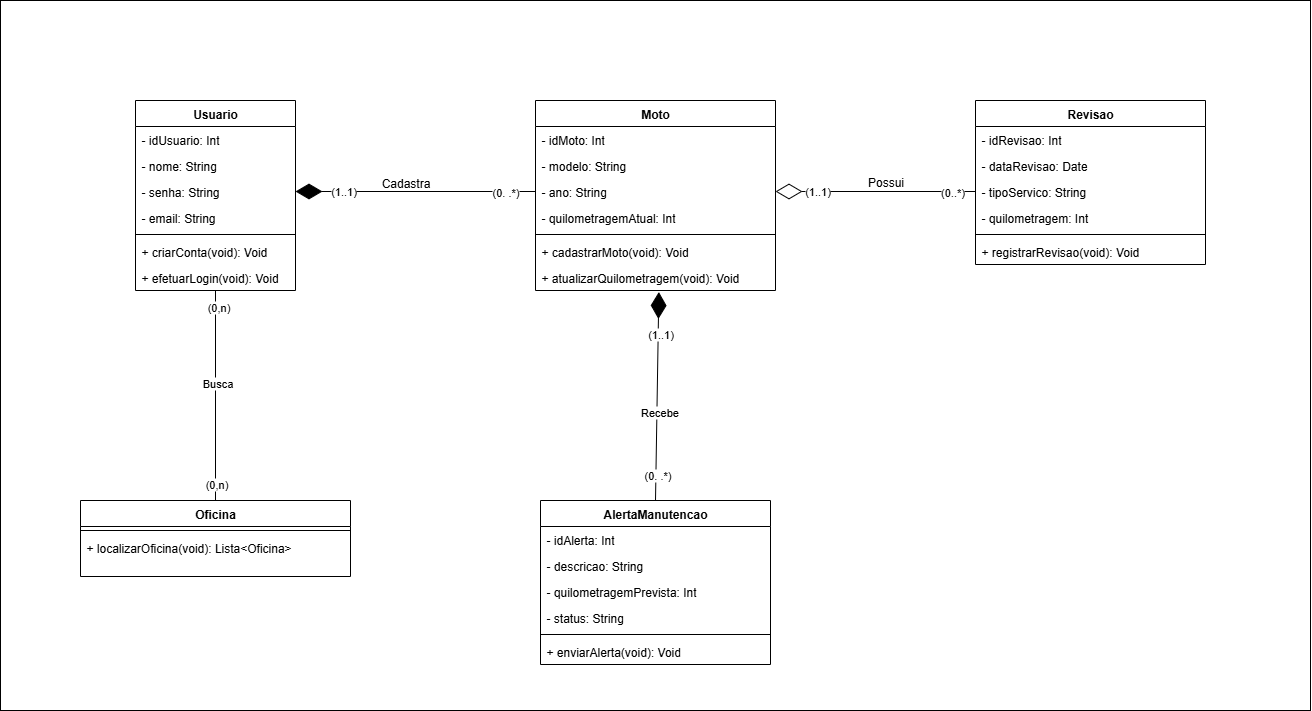
This is imagens/classe.png from helo-xssw/RevisaAi, a draw.io export, as it was before one commit. Source tidied: cells renumbered, new cells last; positions are measured from the earlier drawing's top-left corner, leaving out a move shared by most shapes. Its diagram source:
```xml
<mxGraphModel>
  <root>
    <mxCell id="0" />
    <mxCell id="1" parent="0" />
    <mxCell id="2" style="edgeStyle=orthogonalEdgeStyle;rounded=0;jettySize=auto;html=1;entryX=0.5;entryY=0;entryDx=0;entryDy=0;endArrow=none;endFill=0;" parent="1" edge="1" source="6" target="36">
      <mxGeometry relative="1" as="geometry" />
    </mxCell>
    <mxCell id="3" value="(0,n)" style="edgeLabel;html=1;align=center;verticalAlign=middle;" parent="2" vertex="1">
      <mxGeometry x="-0.85" y="2" relative="1" as="geometry" />
    </mxCell>
    <mxCell id="4" value="(0,n)" style="edgeLabel;html=1;align=center;verticalAlign=middle;" parent="2" vertex="1">
      <mxGeometry x="0.84" relative="1" as="geometry" />
    </mxCell>
    <mxCell id="5" value="Busca" style="edgeLabel;html=1;align=center;verticalAlign=middle;" parent="2" vertex="1">
      <mxGeometry x="-0.11" y="1" relative="1" as="geometry">
        <mxPoint y="-1" as="offset" />
      </mxGeometry>
    </mxCell>
    <mxCell id="6" value="Usuario" style="swimlane;fontStyle=1;align=center;verticalAlign=top;horizontal=1;startSize=26;whiteSpace=wrap;html=1;" parent="1" vertex="1">
      <mxGeometry x="135" y="100" width="160" height="190" as="geometry" />
    </mxCell>
    <mxCell id="7" value="- idUsuario: Int" style="text;strokeColor=none;fillColor=none;align=left;verticalAlign=top;spacingLeft=4;spacingRight=4;overflow=hidden;whiteSpace=wrap;html=1;" parent="6" vertex="1">
      <mxGeometry y="26" width="160" height="26" as="geometry" />
    </mxCell>
    <mxCell id="8" value="- nome: String" style="text;strokeColor=none;fillColor=none;align=left;verticalAlign=top;spacingLeft=4;spacingRight=4;overflow=hidden;whiteSpace=wrap;html=1;" parent="6" vertex="1">
      <mxGeometry y="52" width="160" height="26" as="geometry" />
    </mxCell>
    <mxCell id="9" value="- senha: String" style="text;strokeColor=none;fillColor=none;align=left;verticalAlign=top;spacingLeft=4;spacingRight=4;overflow=hidden;points=[[0,0.5],[1,0.5]];portConstraint=eastwest;whiteSpace=wrap;html=1;" parent="6" vertex="1">
      <mxGeometry y="78" width="160" height="26" as="geometry" />
    </mxCell>
    <mxCell id="10" value="- email: String&lt;div&gt;&lt;br&gt;&lt;/div&gt;" style="text;strokeColor=none;fillColor=none;align=left;verticalAlign=top;spacingLeft=4;spacingRight=4;overflow=hidden;whiteSpace=wrap;html=1;" parent="6" vertex="1">
      <mxGeometry y="104" width="160" height="26" as="geometry" />
    </mxCell>
    <mxCell id="11" style="line;strokeWidth=1;fillColor=none;align=left;verticalAlign=middle;spacingTop=-1;spacingLeft=3;spacingRight=3;labelPosition=right;strokeColor=inherit;" parent="6" vertex="1">
      <mxGeometry y="130" width="160" height="8" as="geometry" />
    </mxCell>
    <mxCell id="12" value="+ criarConta(void): Void" style="text;strokeColor=none;fillColor=none;align=left;verticalAlign=top;spacingLeft=4;spacingRight=4;overflow=hidden;whiteSpace=wrap;html=1;" parent="6" vertex="1">
      <mxGeometry y="138" width="160" height="26" as="geometry" />
    </mxCell>
    <mxCell id="13" value="+ efetuarLogin(void): Void" style="text;strokeColor=none;fillColor=none;align=left;verticalAlign=top;spacingLeft=4;spacingRight=4;overflow=hidden;whiteSpace=wrap;html=1;" parent="6" vertex="1">
      <mxGeometry y="164" width="160" height="26" as="geometry" />
    </mxCell>
    <mxCell id="14" value="Moto" style="swimlane;fontStyle=1;align=center;verticalAlign=top;horizontal=1;startSize=26;whiteSpace=wrap;html=1;" parent="1" vertex="1">
      <mxGeometry x="535" y="100" width="240" height="190" as="geometry" />
    </mxCell>
    <mxCell id="15" value="- idMoto: Int" style="text;strokeColor=none;fillColor=none;align=left;verticalAlign=top;spacingLeft=4;spacingRight=4;overflow=hidden;whiteSpace=wrap;html=1;" parent="14" vertex="1">
      <mxGeometry y="26" width="240" height="26" as="geometry" />
    </mxCell>
    <mxCell id="16" value="- modelo: String" style="text;strokeColor=none;fillColor=none;align=left;verticalAlign=top;spacingLeft=4;spacingRight=4;overflow=hidden;whiteSpace=wrap;html=1;" parent="14" vertex="1">
      <mxGeometry y="52" width="240" height="26" as="geometry" />
    </mxCell>
    <mxCell id="17" value="- ano: String" style="text;strokeColor=none;fillColor=none;align=left;verticalAlign=top;spacingLeft=4;spacingRight=4;overflow=hidden;points=[[0,0.5],[1,0.5]];portConstraint=eastwest;whiteSpace=wrap;html=1;" parent="14" vertex="1">
      <mxGeometry y="78" width="240" height="26" as="geometry" />
    </mxCell>
    <mxCell id="18" value="- quilometragemAtual: Int" style="text;strokeColor=none;fillColor=none;align=left;verticalAlign=top;spacingLeft=4;spacingRight=4;overflow=hidden;whiteSpace=wrap;html=1;" parent="14" vertex="1">
      <mxGeometry y="104" width="240" height="26" as="geometry" />
    </mxCell>
    <mxCell id="19" style="line;strokeWidth=1;fillColor=none;align=left;verticalAlign=middle;spacingTop=-1;spacingLeft=3;spacingRight=3;labelPosition=right;strokeColor=inherit;" parent="14" vertex="1">
      <mxGeometry y="130" width="240" height="8" as="geometry" />
    </mxCell>
    <mxCell id="20" value="+ cadastrarMoto(void): Void" style="text;strokeColor=none;fillColor=none;align=left;verticalAlign=top;spacingLeft=4;spacingRight=4;overflow=hidden;whiteSpace=wrap;html=1;" parent="14" vertex="1">
      <mxGeometry y="138" width="240" height="26" as="geometry" />
    </mxCell>
    <mxCell id="21" value="+ atualizarQuilometragem(void): Void" style="text;strokeColor=none;fillColor=none;align=left;verticalAlign=top;spacingLeft=4;spacingRight=4;overflow=hidden;points=[[0,0.5],[1,0.5]];portConstraint=eastwest;whiteSpace=wrap;html=1;" parent="14" vertex="1">
      <mxGeometry y="164" width="240" height="26" as="geometry" />
    </mxCell>
    <mxCell id="22" value="Revisao" style="swimlane;fontStyle=1;align=center;verticalAlign=top;horizontal=1;startSize=26;whiteSpace=wrap;html=1;" parent="1" vertex="1">
      <mxGeometry x="975" y="100" width="230" height="164" as="geometry" />
    </mxCell>
    <mxCell id="23" value="- idRevisao: Int" style="text;strokeColor=none;fillColor=none;align=left;verticalAlign=top;spacingLeft=4;spacingRight=4;overflow=hidden;whiteSpace=wrap;html=1;" parent="22" vertex="1">
      <mxGeometry y="26" width="230" height="26" as="geometry" />
    </mxCell>
    <mxCell id="24" value="- dataRevisao: Date" style="text;strokeColor=none;fillColor=none;align=left;verticalAlign=top;spacingLeft=4;spacingRight=4;overflow=hidden;whiteSpace=wrap;html=1;" parent="22" vertex="1">
      <mxGeometry y="52" width="230" height="26" as="geometry" />
    </mxCell>
    <mxCell id="25" value="- tipoServico: String" style="text;strokeColor=none;fillColor=none;align=left;verticalAlign=top;spacingLeft=4;spacingRight=4;overflow=hidden;points=[[0,0.5],[1,0.5]];portConstraint=eastwest;whiteSpace=wrap;html=1;" parent="22" vertex="1">
      <mxGeometry y="78" width="230" height="26" as="geometry" />
    </mxCell>
    <mxCell id="26" value="- quilometragem&lt;span style=&quot;background-color: transparent; color: light-dark(rgb(0, 0, 0), rgb(255, 255, 255));&quot;&gt;: Int&lt;/span&gt;" style="text;strokeColor=none;fillColor=none;align=left;verticalAlign=top;spacingLeft=4;spacingRight=4;overflow=hidden;whiteSpace=wrap;html=1;" parent="22" vertex="1">
      <mxGeometry y="104" width="230" height="26" as="geometry" />
    </mxCell>
    <mxCell id="27" style="line;strokeWidth=1;fillColor=none;align=left;verticalAlign=middle;spacingTop=-1;spacingLeft=3;spacingRight=3;labelPosition=right;strokeColor=inherit;" parent="22" vertex="1">
      <mxGeometry y="130" width="230" height="8" as="geometry" />
    </mxCell>
    <mxCell id="28" value="+ registrarRevisao(void): Void" style="text;strokeColor=none;fillColor=none;align=left;verticalAlign=top;spacingLeft=4;spacingRight=4;overflow=hidden;whiteSpace=wrap;html=1;" parent="22" vertex="1">
      <mxGeometry y="138" width="230" height="26" as="geometry" />
    </mxCell>
    <mxCell id="29" value="AlertaManutencao" style="swimlane;fontStyle=1;align=center;verticalAlign=top;horizontal=1;startSize=26;whiteSpace=wrap;html=1;" parent="1" vertex="1">
      <mxGeometry x="540" y="500" width="230" height="164" as="geometry" />
    </mxCell>
    <mxCell id="30" value="- idAlerta: Int" style="text;strokeColor=none;fillColor=none;align=left;verticalAlign=top;spacingLeft=4;spacingRight=4;overflow=hidden;whiteSpace=wrap;html=1;" parent="29" vertex="1">
      <mxGeometry y="26" width="230" height="26" as="geometry" />
    </mxCell>
    <mxCell id="31" value="- descricao: String" style="text;strokeColor=none;fillColor=none;align=left;verticalAlign=top;spacingLeft=4;spacingRight=4;overflow=hidden;whiteSpace=wrap;html=1;" parent="29" vertex="1">
      <mxGeometry y="52" width="230" height="26" as="geometry" />
    </mxCell>
    <mxCell id="32" value="- quilometragemPrevista&lt;span style=&quot;background-color: transparent; color: light-dark(rgb(0, 0, 0), rgb(255, 255, 255));&quot;&gt;:&lt;/span&gt;&lt;span style=&quot;background-color: transparent; color: light-dark(rgb(0, 0, 0), rgb(255, 255, 255));&quot;&gt;&amp;nbsp;Int&lt;/span&gt;" style="text;strokeColor=none;fillColor=none;align=left;verticalAlign=top;spacingLeft=4;spacingRight=4;overflow=hidden;whiteSpace=wrap;html=1;" parent="29" vertex="1">
      <mxGeometry y="78" width="230" height="26" as="geometry" />
    </mxCell>
    <mxCell id="33" value="- status: String" style="text;strokeColor=none;fillColor=none;align=left;verticalAlign=top;spacingLeft=4;spacingRight=4;overflow=hidden;whiteSpace=wrap;html=1;" parent="29" vertex="1">
      <mxGeometry y="104" width="230" height="26" as="geometry" />
    </mxCell>
    <mxCell id="34" style="line;strokeWidth=1;fillColor=none;align=left;verticalAlign=middle;spacingTop=-1;spacingLeft=3;spacingRight=3;labelPosition=right;strokeColor=inherit;" parent="29" vertex="1">
      <mxGeometry y="130" width="230" height="8" as="geometry" />
    </mxCell>
    <mxCell id="35" value="+ enviarAlerta(void): Void" style="text;strokeColor=none;fillColor=none;align=left;verticalAlign=top;spacingLeft=4;spacingRight=4;overflow=hidden;whiteSpace=wrap;html=1;" parent="29" vertex="1">
      <mxGeometry y="138" width="230" height="26" as="geometry" />
    </mxCell>
    <mxCell id="36" value="Oficina" style="swimlane;fontStyle=1;align=center;verticalAlign=top;horizontal=1;startSize=26;whiteSpace=wrap;html=1;" parent="1" vertex="1">
      <mxGeometry x="80" y="500" width="270" height="76" as="geometry" />
    </mxCell>
    <mxCell id="37" style="line;strokeWidth=1;fillColor=none;align=left;verticalAlign=middle;spacingTop=-1;spacingLeft=3;spacingRight=3;labelPosition=right;strokeColor=inherit;" parent="36" vertex="1">
      <mxGeometry y="26" width="270" height="8" as="geometry" />
    </mxCell>
    <mxCell id="38" value="+ localizarOficina(void): Lista&amp;lt;Oficina&amp;gt;" style="text;strokeColor=none;fillColor=none;align=left;verticalAlign=top;spacingLeft=4;spacingRight=4;overflow=hidden;whiteSpace=wrap;html=1;" parent="36" vertex="1">
      <mxGeometry y="34" width="270" height="42" as="geometry" />
    </mxCell>
    <mxCell id="39" style="endArrow=diamondThin;endFill=0;endSize=24;html=1;rounded=0;entryX=1;entryY=0.5;entryDx=0;entryDy=0;exitX=0;exitY=0.5;exitDx=0;exitDy=0;" parent="1" edge="1" source="25" target="17">
      <mxGeometry relative="1" as="geometry" />
    </mxCell>
    <mxCell id="40" value="(1..1)" style="edgeLabel;html=1;align=center;verticalAlign=middle;" parent="39" vertex="1">
      <mxGeometry x="0.55" y="2" relative="1" as="geometry">
        <mxPoint x="-4" y="-3" as="offset" />
      </mxGeometry>
    </mxCell>
    <mxCell id="41" value="(0..*)" style="edgeLabel;html=1;align=center;verticalAlign=middle;" parent="39" vertex="1">
      <mxGeometry x="-0.77" relative="1" as="geometry" />
    </mxCell>
    <mxCell id="42" style="endArrow=diamondThin;endFill=1;endSize=24;html=1;rounded=0;exitX=0.5;exitY=0;exitDx=0;exitDy=0;entryX=0.514;entryY=1.058;entryDx=0;entryDy=0;entryPerimeter=0;" parent="1" edge="1" source="29" target="21">
      <mxGeometry relative="1" as="geometry" />
    </mxCell>
    <mxCell id="43" value="(1..1)" style="edgeLabel;html=1;align=center;verticalAlign=middle;" parent="42" vertex="1">
      <mxGeometry x="0.61" y="-1" relative="1" as="geometry" />
    </mxCell>
    <mxCell id="44" value="(0. .*)" style="edgeLabel;html=1;align=center;verticalAlign=middle;" parent="42" vertex="1">
      <mxGeometry x="-0.74" y="-1" relative="1" as="geometry">
        <mxPoint y="1" as="offset" />
      </mxGeometry>
    </mxCell>
    <mxCell id="45" value="Recebe" style="edgeLabel;html=1;align=center;verticalAlign=middle;" parent="42" vertex="1">
      <mxGeometry x="-0.14" y="-2" relative="1" as="geometry" />
    </mxCell>
    <mxCell id="46" style="endArrow=diamondThin;endFill=1;endSize=24;html=1;rounded=0;exitX=0;exitY=0.5;exitDx=0;exitDy=0;entryX=1;entryY=0.5;entryDx=0;entryDy=0;" parent="1" edge="1" source="17" target="9">
      <mxGeometry relative="1" as="geometry" />
    </mxCell>
    <mxCell id="47" value="(1..1)" style="edgeLabel;html=1;align=center;verticalAlign=middle;" parent="46" vertex="1">
      <mxGeometry x="0.61" y="-1" relative="1" as="geometry" />
    </mxCell>
    <mxCell id="48" value="(0. .*)" style="edgeLabel;html=1;align=center;verticalAlign=middle;" parent="46" vertex="1">
      <mxGeometry x="-0.74" y="-1" relative="1" as="geometry">
        <mxPoint y="1" as="offset" />
      </mxGeometry>
    </mxCell>
    <mxCell id="49" value="Cadastra" style="text;html=1;align=center;verticalAlign=middle;strokeColor=none;fillColor=none;" parent="1" vertex="1">
      <mxGeometry x="370" y="168" width="70" height="30" as="geometry" />
    </mxCell>
    <mxCell id="50" value="Possui" style="text;html=1;align=center;verticalAlign=middle;strokeColor=none;fillColor=none;" parent="1" vertex="1">
      <mxGeometry x="855" y="167" width="60" height="30" as="geometry" />
    </mxCell>
    <mxCell id="51" style="rounded=0;whiteSpace=wrap;html=1;fillColor=none;" parent="1" vertex="1">
      <mxGeometry width="1310" height="710" as="geometry" />
    </mxCell>
  </root>
</mxGraphModel>
```
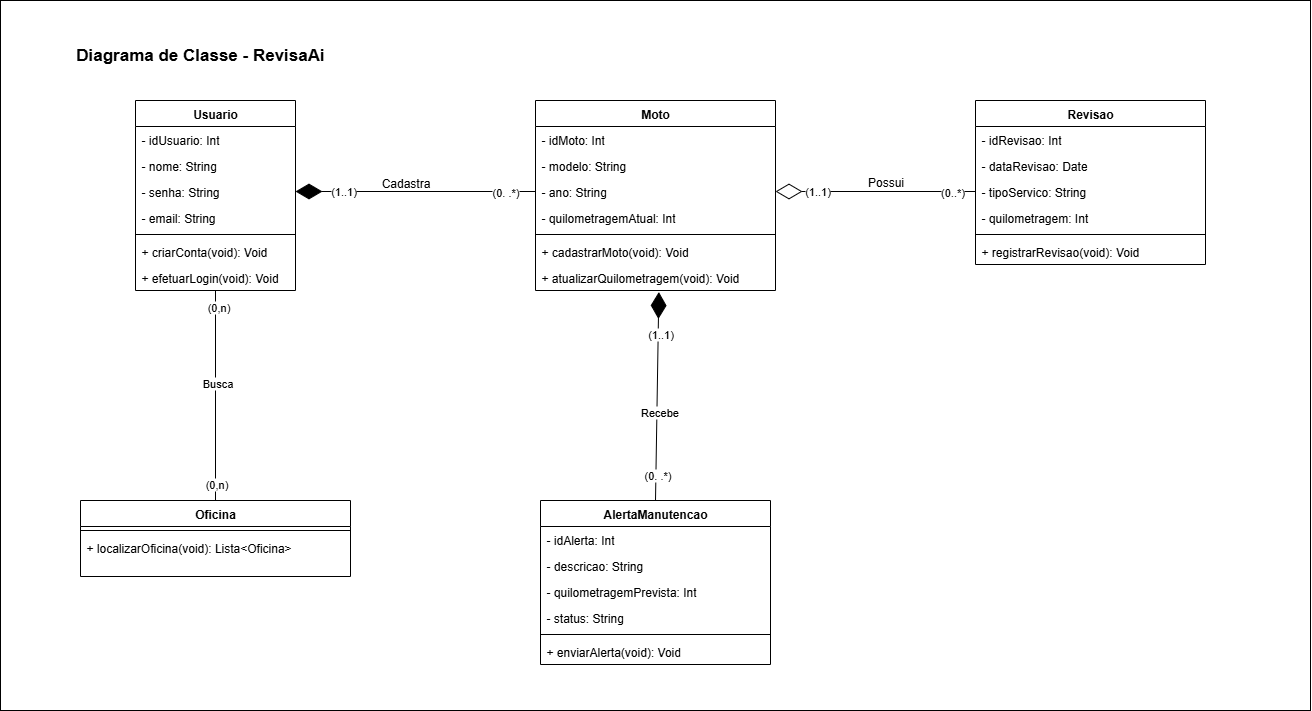
Later version of the same file.

Commit message:
correção do Diagrama de Classe

Change to the diagram source:
```diff
@@ -160,5 +160,8 @@
     <mxCell id="51" style="rounded=0;whiteSpace=wrap;html=1;fillColor=none;" parent="1" vertex="1">
       <mxGeometry width="1310" height="710" as="geometry" />
     </mxCell>
+    <mxCell id="52" value="&lt;font style=&quot;font-size: 17px;&quot;&gt;&lt;b&gt;Diagrama de Classe - RevisaAi&lt;/b&gt;&lt;/font&gt;" style="text;html=1;align=center;verticalAlign=middle;whiteSpace=wrap;rounded=0;" parent="1" vertex="1">
+      <mxGeometry x="55" y="40" width="290" height="30" as="geometry" />
+    </mxCell>
   </root>
 </mxGraphModel>
```
